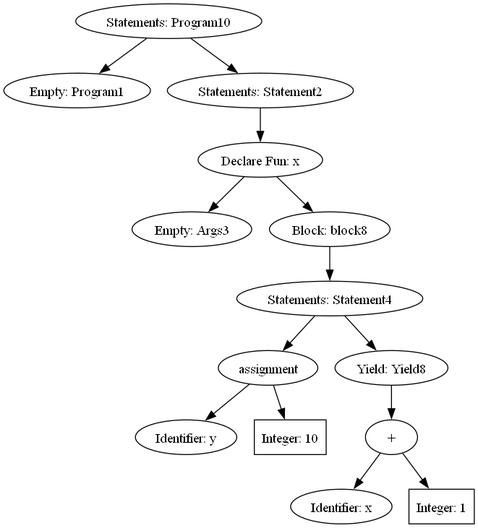
Above: test.png in ironicDude/compiler (Graphviz), before the change. Its source is kept beside it as test.gv.
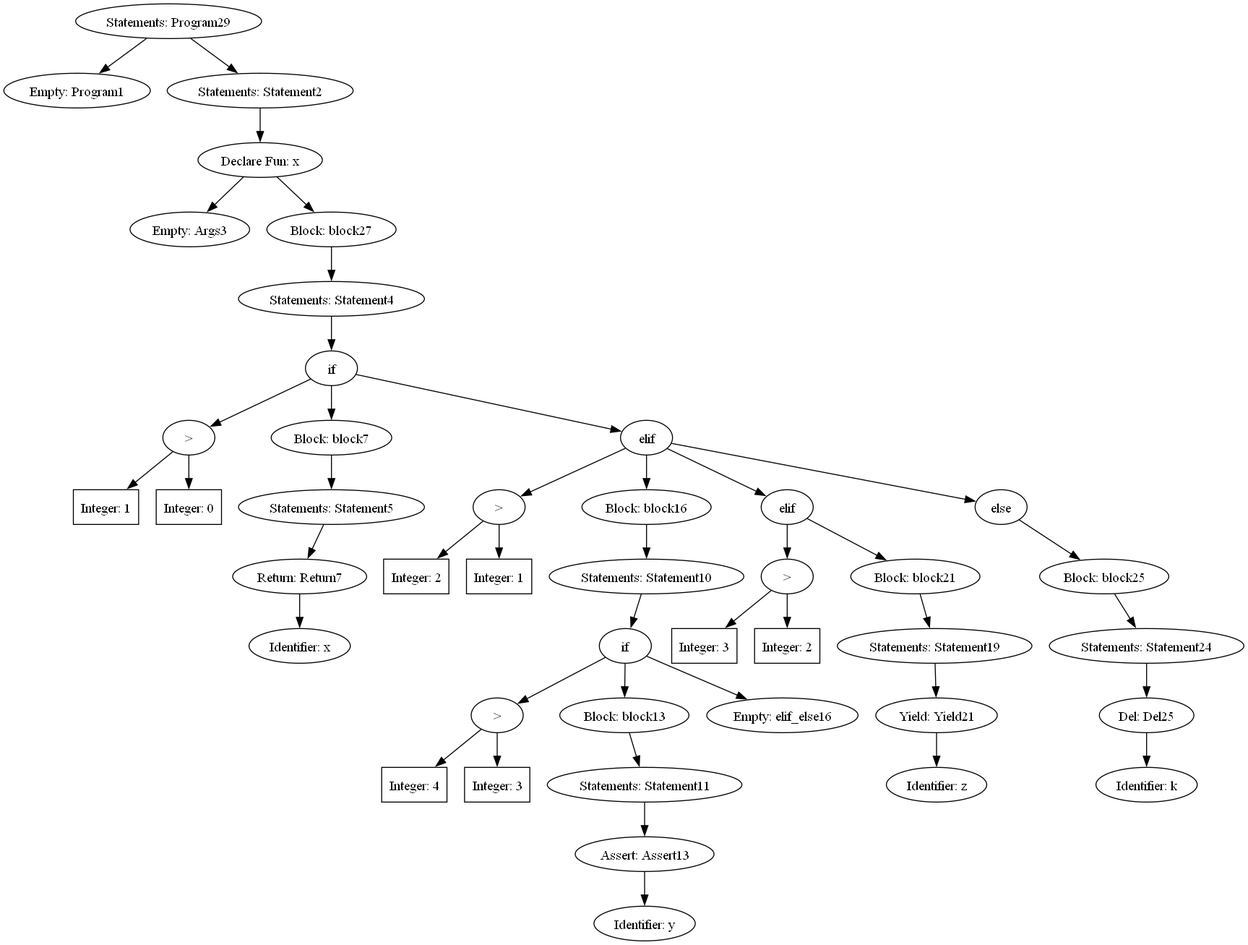
After the commit.

Change to the diagram source:
```diff
@@ -1,29 +1,87 @@
 digraph G {
-	Program10 [label="Statements: Program10"]
-	Program10 -> Program1;
+	Program29 [label="Statements: Program29"]
+	Program29 -> Program1;
 	Program1 [label="Empty: Program1"]
-	Program10 -> Statement2;
+	Program29 -> Statement2;
 	Statement2 [label="Statements: Statement2"]
 	Statement2 -> x;
 	x [label="Declare Fun: x"]
 	x -> Args3;
 	Args3 [label="Empty: Args3"]
-	x -> block8;
-	block8 [label="Block: block8"]
-	block8 -> Statement4;
+	x -> block27;
+	block27 [label="Block: block27"]
+	block27 -> Statement4;
 	Statement4 [label="Statements: Statement4"]
-	Statement4 -> assignment6;
-	assignment6 [label="assignment"]
-	assignment6 -> identifire5;
-	identifire5 [label="Identifier: y"]
-	assignment6 -> INTEGER2;
-	INTEGER2 [shape=box,label="Integer: 10"]
-	Statement4 -> Yield8;
-	Yield8 [label="Yield: Yield8"]
-	Yield8 -> BinaryExpression_identifire7PLUSINTEGER4;
-	BinaryExpression_identifire7PLUSINTEGER4 [label="+"]
-	BinaryExpression_identifire7PLUSINTEGER4 -> identifire7;
-	identifire7 [label="Identifier: x"]
-	BinaryExpression_identifire7PLUSINTEGER4 -> INTEGER4;
-	INTEGER4 [shape=box,label="Integer: 1"]
+	Statement4 -> ConditionalStatement_if9;
+	ConditionalStatement_if9 [label="if"]
+	ConditionalStatement_if9 -> BinaryLogicalExpression_INTEGER1GREATERTHANINTEGER2;
+	BinaryLogicalExpression_INTEGER1GREATERTHANINTEGER2 [label=">"]
+	BinaryLogicalExpression_INTEGER1GREATERTHANINTEGER2 -> INTEGER1;
+	INTEGER1 [shape=box,label="Integer: 1"]
+	BinaryLogicalExpression_INTEGER1GREATERTHANINTEGER2 -> INTEGER2;
+	INTEGER2 [shape=box,label="Integer: 0"]
+	ConditionalStatement_if9 -> block7;
+	block7 [label="Block: block7"]
+	block7 -> Statement5;
+	Statement5 [label="Statements: Statement5"]
+	Statement5 -> Return7;
+	Return7 [label="Return: Return7"]
+	Return7 -> identifire6;
+	identifire6 [label="Identifier: x"]
+	ConditionalStatement_if9 -> ConditionalStatement_elif18;
+	ConditionalStatement_elif18 [label="elif"]
+	ConditionalStatement_elif18 -> BinaryLogicalExpression_INTEGER4GREATERTHANINTEGER5;
+	BinaryLogicalExpression_INTEGER4GREATERTHANINTEGER5 [label=">"]
+	BinaryLogicalExpression_INTEGER4GREATERTHANINTEGER5 -> INTEGER4;
+	INTEGER4 [shape=box,label="Integer: 2"]
+	BinaryLogicalExpression_INTEGER4GREATERTHANINTEGER5 -> INTEGER5;
+	INTEGER5 [shape=box,label="Integer: 1"]
+	ConditionalStatement_elif18 -> block16;
+	block16 [label="Block: block16"]
+	block16 -> Statement10;
+	Statement10 [label="Statements: Statement10"]
+	Statement10 -> ConditionalStatement_if15;
+	ConditionalStatement_if15 [label="if"]
+	ConditionalStatement_if15 -> BinaryLogicalExpression_INTEGER6GREATERTHANINTEGER7;
+	BinaryLogicalExpression_INTEGER6GREATERTHANINTEGER7 [label=">"]
+	BinaryLogicalExpression_INTEGER6GREATERTHANINTEGER7 -> INTEGER6;
+	INTEGER6 [shape=box,label="Integer: 4"]
+	BinaryLogicalExpression_INTEGER6GREATERTHANINTEGER7 -> INTEGER7;
+	INTEGER7 [shape=box,label="Integer: 3"]
+	ConditionalStatement_if15 -> block13;
+	block13 [label="Block: block13"]
+	block13 -> Statement11;
+	Statement11 [label="Statements: Statement11"]
+	Statement11 -> Assert13;
+	Assert13 [label="Assert: Assert13"]
+	Assert13 -> identifire12;
+	identifire12 [label="Identifier: y"]
+	ConditionalStatement_if15 -> elif_else16;
+	elif_else16 [label="Empty: elif_else16"]
+	ConditionalStatement_elif18 -> ConditionalStatement_elif23;
+	ConditionalStatement_elif23 [label="elif"]
+	ConditionalStatement_elif23 -> BinaryLogicalExpression_INTEGER9GREATERTHANINTEGER10;
+	BinaryLogicalExpression_INTEGER9GREATERTHANINTEGER10 [label=">"]
+	BinaryLogicalExpression_INTEGER9GREATERTHANINTEGER10 -> INTEGER9;
+	INTEGER9 [shape=box,label="Integer: 3"]
+	BinaryLogicalExpression_INTEGER9GREATERTHANINTEGER10 -> INTEGER10;
+	INTEGER10 [shape=box,label="Integer: 2"]
+	ConditionalStatement_elif23 -> block21;
+	block21 [label="Block: block21"]
+	block21 -> Statement19;
+	Statement19 [label="Statements: Statement19"]
+	Statement19 -> Yield21;
+	Yield21 [label="Yield: Yield21"]
+	Yield21 -> identifire20;
+	identifire20 [label="Identifier: z"]
+	ConditionalStatement_elif18 -> ConditionalStatement_else27;
+	ConditionalStatement_else27 [label="else"]
+	ConditionalStatement_else27 -> block25;
+	block25 [label="Block: block25"]
+	block25 -> Statement24;
+	Statement24 [label="Statements: Statement24"]
+	Statement24 -> Del25;
+	Del25 [label="Del: Del25"]
+	Del25 -> IDENTIFIER12;
+	IDENTIFIER12 [label="Identifier: k"]
 }
```
